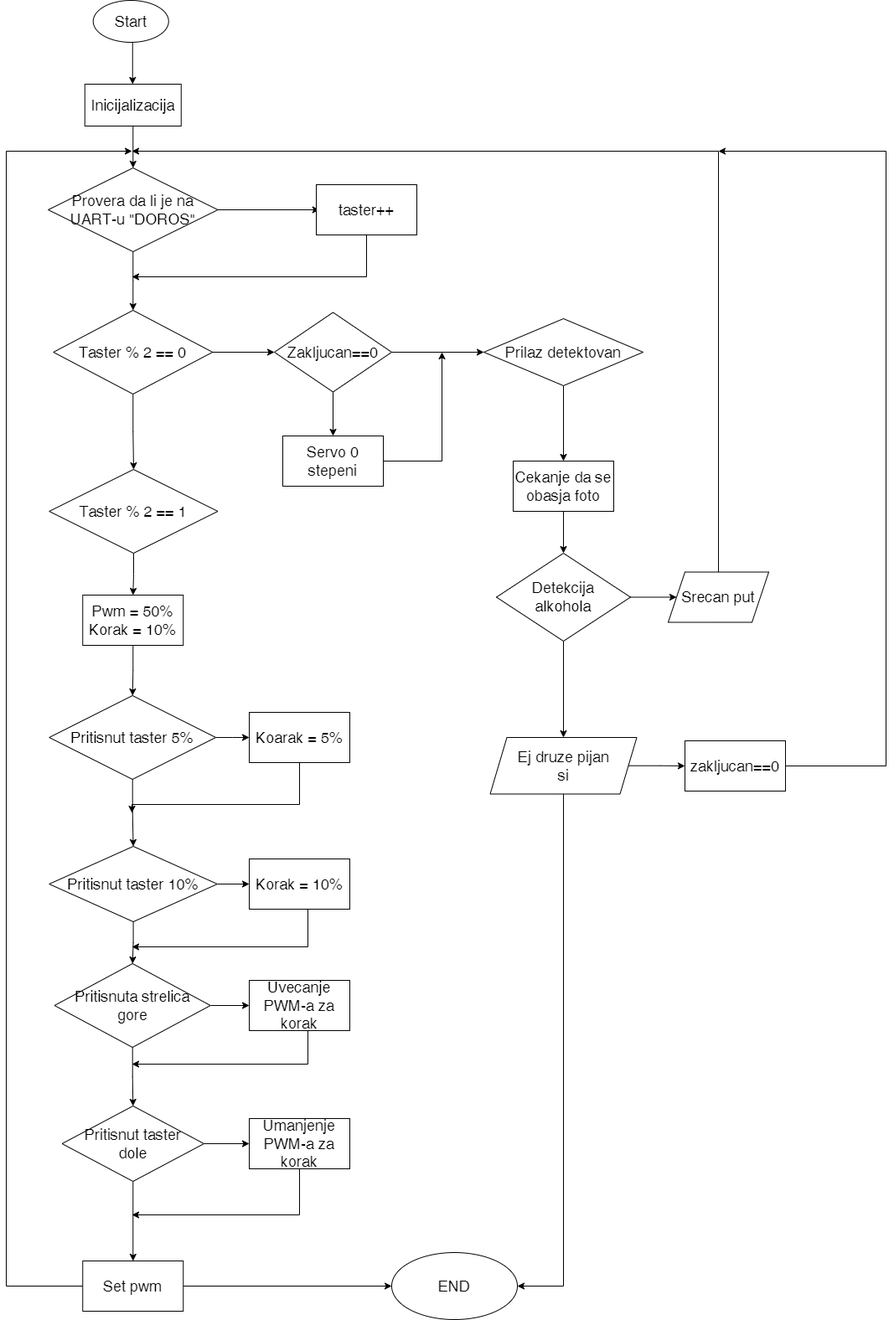
This is Algoritam rada.png from PetarUbavic/Primenjena-Elektronika-Prvi-Projekat, a draw.io export, as it was before one commit. Source tidied: cells renumbered, new cells last; positions are measured from the earlier drawing's top-left corner, leaving out a move shared by most shapes.
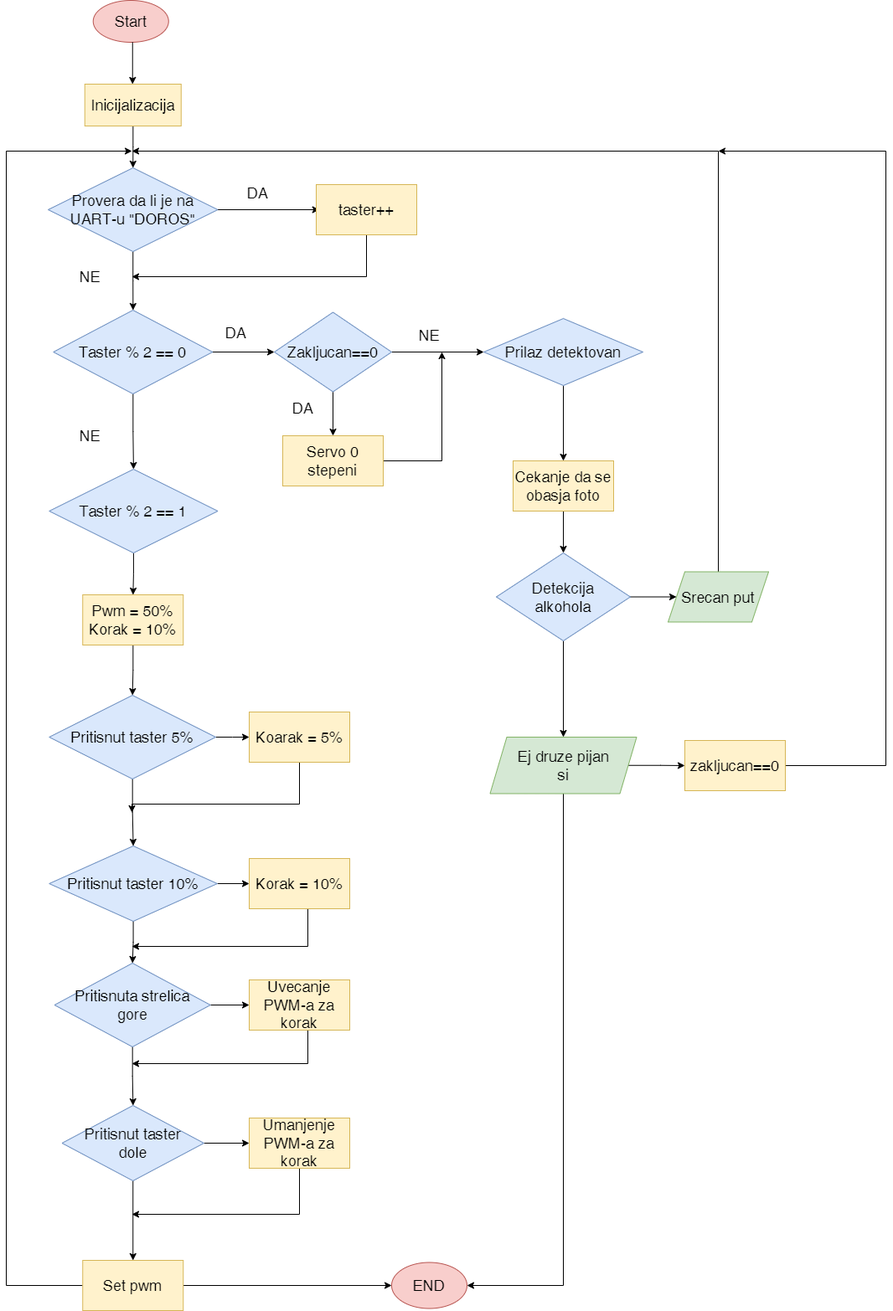
The same diagram one commit later.

What changed in the source:
```diff
@@ -2,13 +2,13 @@
   <root>
     <mxCell id="0" />
     <mxCell id="1" parent="0" />
-    <mxCell id="2" value="&lt;font style=&quot;font-size: 18px;&quot;&gt;Start&lt;/font&gt;" style="ellipse;whiteSpace=wrap;html=1;" parent="1" vertex="1">
+    <mxCell id="2" value="&lt;font style=&quot;font-size: 18px;&quot;&gt;Start&lt;/font&gt;" style="ellipse;whiteSpace=wrap;html=1;fillColor=#f8cecc;strokeColor=#b85450;" parent="1" vertex="1">
       <mxGeometry x="103.8" width="90" height="50" as="geometry" />
     </mxCell>
     <mxCell id="3" style="edgeStyle=orthogonalEdgeStyle;rounded=0;jettySize=auto;html=1;fontSize=18;" parent="1" edge="1" source="4" target="8">
       <mxGeometry relative="1" as="geometry" />
     </mxCell>
-    <mxCell id="4" value="Inicijalizacija" style="rounded=0;whiteSpace=wrap;html=1;fontSize=18;" parent="1" vertex="1">
+    <mxCell id="4" value="Inicijalizacija" style="rounded=0;whiteSpace=wrap;html=1;fontSize=18;fillColor=#fff2cc;strokeColor=#d6b656;" parent="1" vertex="1">
       <mxGeometry x="93.8" y="100" width="115" height="50" as="geometry" />
     </mxCell>
     <mxCell id="5" style="endArrow=classic;html=1;rounded=0;fontSize=18;" parent="1" edge="1">
@@ -25,7 +25,12 @@
         <mxPoint x="373.8" y="250" as="targetPoint" />
       </mxGeometry>
     </mxCell>
+    <mxCell id="61" value="&lt;font style=&quot;font-size: 18px;&quot;&gt;DA&lt;/font&gt;" style="edgeLabel;html=1;align=center;verticalAlign=middle;" parent="7" vertex="1">
+      <mxGeometry x="-0.22" relative="1" as="geometry">
+        <mxPoint y="-20" as="offset" />
+      </mxGeometry>
+    </mxCell>
-    <mxCell id="8" value="Provera da li je na UART-u &quot;DOROS&quot;" style="rhombus;whiteSpace=wrap;html=1;fontSize=18;rounded=0;" parent="1" vertex="1">
+    <mxCell id="8" value="Provera da li je na UART-u &quot;DOROS&quot;" style="rhombus;whiteSpace=wrap;html=1;fontSize=18;rounded=0;fillColor=#dae8fc;strokeColor=#6c8ebf;" parent="1" vertex="1">
       <mxGeometry x="50" y="200" width="202.5" height="100" as="geometry" />
     </mxCell>
     <mxCell id="9" style="edgeStyle=orthogonalEdgeStyle;rounded=0;jettySize=auto;html=1;fontSize=18;" parent="1" edge="1" source="11">
@@ -36,7 +41,7 @@
     <mxCell id="10" style="edgeStyle=orthogonalEdgeStyle;rounded=0;jettySize=auto;html=1;fontSize=18;" parent="1" edge="1" source="11" target="32">
       <mxGeometry relative="1" as="geometry" />
     </mxCell>
-    <mxCell id="11" value="Taster % 2 == 0" style="rhombus;whiteSpace=wrap;html=1;fontSize=18;rounded=0;" parent="1" vertex="1">
+    <mxCell id="11" value="Taster % 2 == 0" style="rhombus;whiteSpace=wrap;html=1;fontSize=18;rounded=0;fillColor=#dae8fc;strokeColor=#6c8ebf;" parent="1" vertex="1">
       <mxGeometry x="56.2" y="370" width="190" height="100" as="geometry" />
     </mxCell>
     <mxCell id="12" style="edgeStyle=orthogonalEdgeStyle;rounded=0;jettySize=auto;html=1;fontSize=18;" parent="1" edge="1" source="14" target="16">
@@ -45,7 +50,7 @@
     <mxCell id="13" style="edgeStyle=orthogonalEdgeStyle;rounded=0;jettySize=auto;html=1;fontSize=18;" parent="1" edge="1" source="14" target="18">
       <mxGeometry relative="1" as="geometry" />
     </mxCell>
-    <mxCell id="14" value="Zakljucan==0" style="rhombus;whiteSpace=wrap;html=1;fontSize=18;" parent="1" vertex="1">
+    <mxCell id="14" value="Zakljucan==0" style="rhombus;whiteSpace=wrap;html=1;fontSize=18;fillColor=#dae8fc;strokeColor=#6c8ebf;" parent="1" vertex="1">
       <mxGeometry x="320" y="372.5" width="140" height="95" as="geometry" />
     </mxCell>
     <mxCell id="15" style="edgeStyle=orthogonalEdgeStyle;rounded=0;jettySize=auto;html=1;fontSize=18;" parent="1" edge="1" source="16">
@@ -53,19 +58,19 @@
         <mxPoint x="520" y="420" as="targetPoint" />
       </mxGeometry>
     </mxCell>
-    <mxCell id="16" value="Servo 0 stepeni" style="whiteSpace=wrap;html=1;fontSize=18;" parent="1" vertex="1">
+    <mxCell id="16" value="Servo 0 stepeni" style="whiteSpace=wrap;html=1;fontSize=18;fillColor=#fff2cc;strokeColor=#d6b656;" parent="1" vertex="1">
       <mxGeometry x="330" y="520" width="120" height="60" as="geometry" />
     </mxCell>
     <mxCell id="17" style="edgeStyle=orthogonalEdgeStyle;rounded=0;jettySize=auto;html=1;fontSize=18;" parent="1" edge="1" source="18" target="20">
       <mxGeometry relative="1" as="geometry" />
     </mxCell>
-    <mxCell id="18" value="Prilaz detektovan" style="rhombus;whiteSpace=wrap;html=1;fontSize=18;" parent="1" vertex="1">
+    <mxCell id="18" value="Prilaz detektovan" style="rhombus;whiteSpace=wrap;html=1;fontSize=18;fillColor=#dae8fc;strokeColor=#6c8ebf;" parent="1" vertex="1">
       <mxGeometry x="570" y="380" width="190" height="80" as="geometry" />
     </mxCell>
     <mxCell id="19" style="edgeStyle=orthogonalEdgeStyle;rounded=0;jettySize=auto;html=1;fontSize=18;" parent="1" edge="1" source="20" target="23">
       <mxGeometry relative="1" as="geometry" />
     </mxCell>
-    <mxCell id="20" value="Cekanje da se obasja foto" style="whiteSpace=wrap;html=1;fontSize=18;" parent="1" vertex="1">
+    <mxCell id="20" value="Cekanje da se obasja foto" style="whiteSpace=wrap;html=1;fontSize=18;fillColor=#fff2cc;strokeColor=#d6b656;" parent="1" vertex="1">
       <mxGeometry x="605" y="550" width="120" height="60" as="geometry" />
     </mxCell>
     <mxCell id="21" style="edgeStyle=orthogonalEdgeStyle;rounded=0;jettySize=auto;html=1;fontSize=18;" parent="1" edge="1" source="23">
@@ -76,7 +81,7 @@
     <mxCell id="22" style="edgeStyle=orthogonalEdgeStyle;rounded=0;jettySize=auto;html=1;fontSize=18;" parent="1" edge="1" source="23" target="28">
       <mxGeometry relative="1" as="geometry" />
     </mxCell>
-    <mxCell id="23" value="Detekcija &lt;br&gt;alkohola" style="rhombus;whiteSpace=wrap;html=1;fontSize=18;" parent="1" vertex="1">
+    <mxCell id="23" value="Detekcija &lt;br&gt;alkohola" style="rhombus;whiteSpace=wrap;html=1;fontSize=18;fillColor=#dae8fc;strokeColor=#6c8ebf;" parent="1" vertex="1">
       <mxGeometry x="585" y="660" width="160" height="105" as="geometry" />
     </mxCell>
     <mxCell id="24" style="edgeStyle=orthogonalEdgeStyle;rounded=0;jettySize=auto;html=1;fontSize=18;" parent="1" edge="1" source="25">
@@ -87,7 +92,7 @@
         </Array>
       </mxGeometry>
     </mxCell>
-    <mxCell id="25" value="Srecan put" style="shape=parallelogram;perimeter=parallelogramPerimeter;whiteSpace=wrap;html=1;fixedSize=1;fontSize=18;" parent="1" vertex="1">
+    <mxCell id="25" value="Srecan put" style="shape=parallelogram;perimeter=parallelogramPerimeter;whiteSpace=wrap;html=1;fixedSize=1;fontSize=18;fillColor=#d5e8d4;strokeColor=#82b366;" parent="1" vertex="1">
       <mxGeometry x="790" y="682.5" width="120" height="60" as="geometry" />
     </mxCell>
     <mxCell id="26" style="edgeStyle=orthogonalEdgeStyle;rounded=0;jettySize=auto;html=1;fontSize=18;" parent="1" edge="1" source="28" target="30">
@@ -100,7 +105,7 @@
         </Array>
       </mxGeometry>
     </mxCell>
-    <mxCell id="28" value="Ej druze pijan&lt;br&gt;si" style="shape=parallelogram;perimeter=parallelogramPerimeter;whiteSpace=wrap;html=1;fixedSize=1;fontSize=18;" parent="1" vertex="1">
+    <mxCell id="28" value="Ej druze pijan&lt;br&gt;si" style="shape=parallelogram;perimeter=parallelogramPerimeter;whiteSpace=wrap;html=1;fixedSize=1;fontSize=18;fillColor=#d5e8d4;strokeColor=#82b366;" parent="1" vertex="1">
       <mxGeometry x="577.5" y="880" width="175" height="67.5" as="geometry" />
     </mxCell>
     <mxCell id="29" style="edgeStyle=orthogonalEdgeStyle;rounded=0;jettySize=auto;html=1;fontSize=18;" parent="1" edge="1" source="30">
@@ -112,19 +117,19 @@
         </Array>
       </mxGeometry>
     </mxCell>
-    <mxCell id="30" value="zakljucan==0" style="rounded=0;whiteSpace=wrap;html=1;fontSize=18;" parent="1" vertex="1">
+    <mxCell id="30" value="zakljucan==0" style="rounded=0;whiteSpace=wrap;html=1;fontSize=18;fillColor=#fff2cc;strokeColor=#d6b656;" parent="1" vertex="1">
       <mxGeometry x="810" y="884" width="120" height="60" as="geometry" />
     </mxCell>
     <mxCell id="31" style="edgeStyle=orthogonalEdgeStyle;rounded=0;jettySize=auto;html=1;fontSize=18;" parent="1" edge="1" source="32" target="34">
       <mxGeometry relative="1" as="geometry" />
     </mxCell>
-    <mxCell id="32" value="Taster % 2 == 1" style="rhombus;whiteSpace=wrap;html=1;fontSize=18;rounded=0;" parent="1" vertex="1">
+    <mxCell id="32" value="Taster % 2 == 1" style="rhombus;whiteSpace=wrap;html=1;fontSize=18;rounded=0;fillColor=#dae8fc;strokeColor=#6c8ebf;" parent="1" vertex="1">
       <mxGeometry x="51.2" y="560" width="201.2" height="100" as="geometry" />
     </mxCell>
     <mxCell id="33" style="edgeStyle=orthogonalEdgeStyle;rounded=0;jettySize=auto;html=1;fontSize=18;" parent="1" edge="1" source="34" target="39">
       <mxGeometry relative="1" as="geometry" />
     </mxCell>
-    <mxCell id="34" value="Pwm = 50%&lt;br&gt;Korak = 10%" style="whiteSpace=wrap;html=1;fontSize=18;rounded=0;" parent="1" vertex="1">
+    <mxCell id="34" value="Pwm = 50%&lt;br&gt;Korak = 10%" style="whiteSpace=wrap;html=1;fontSize=18;rounded=0;fillColor=#fff2cc;strokeColor=#d6b656;" parent="1" vertex="1">
       <mxGeometry x="91.2" y="710" width="120" height="60" as="geometry" />
     </mxCell>
     <mxCell id="35" style="edgeStyle=orthogonalEdgeStyle;rounded=0;jettySize=auto;html=1;fontSize=18;" parent="1" edge="1" source="36">
@@ -135,7 +140,7 @@
         </Array>
       </mxGeometry>
     </mxCell>
-    <mxCell id="36" value="taster++" style="rounded=0;whiteSpace=wrap;html=1;fontSize=18;" parent="1" vertex="1">
+    <mxCell id="36" value="taster++" style="rounded=0;whiteSpace=wrap;html=1;fontSize=18;fillColor=#fff2cc;strokeColor=#d6b656;" parent="1" vertex="1">
       <mxGeometry x="370" y="220" width="120" height="60" as="geometry" />
     </mxCell>
     <mxCell id="37" style="edgeStyle=orthogonalEdgeStyle;rounded=0;jettySize=auto;html=1;fontSize=18;" parent="1" edge="1" source="39" target="41">
@@ -144,7 +149,7 @@
     <mxCell id="38" style="edgeStyle=orthogonalEdgeStyle;rounded=0;jettySize=auto;html=1;fontSize=18;" parent="1" edge="1" source="39" target="44">
       <mxGeometry relative="1" as="geometry" />
     </mxCell>
-    <mxCell id="39" value="Pritisnut taster 5%" style="rhombus;whiteSpace=wrap;html=1;fontSize=18;rounded=0;" parent="1" vertex="1">
+    <mxCell id="39" value="Pritisnut taster 5%" style="rhombus;whiteSpace=wrap;html=1;fontSize=18;rounded=0;fillColor=#dae8fc;strokeColor=#6c8ebf;" parent="1" vertex="1">
       <mxGeometry x="51.2" y="830" width="198.8" height="100" as="geometry" />
     </mxCell>
     <mxCell id="40" style="edgeStyle=orthogonalEdgeStyle;rounded=0;jettySize=auto;html=1;fontSize=18;" parent="1" edge="1" source="41">
@@ -156,7 +161,7 @@
         </Array>
       </mxGeometry>
     </mxCell>
-    <mxCell id="41" value="Koarak = 5%" style="whiteSpace=wrap;html=1;fontSize=18;rounded=0;" parent="1" vertex="1">
+    <mxCell id="41" value="Koarak = 5%" style="whiteSpace=wrap;html=1;fontSize=18;rounded=0;fillColor=#fff2cc;strokeColor=#d6b656;" parent="1" vertex="1">
       <mxGeometry x="290" y="850" width="120" height="60" as="geometry" />
     </mxCell>
     <mxCell id="42" style="edgeStyle=orthogonalEdgeStyle;rounded=0;jettySize=auto;html=1;fontSize=18;" parent="1" edge="1" source="44" target="46">
@@ -165,7 +170,7 @@
     <mxCell id="43" style="edgeStyle=orthogonalEdgeStyle;rounded=0;jettySize=auto;html=1;fontSize=18;" parent="1" edge="1" source="44" target="49">
       <mxGeometry relative="1" as="geometry" />
     </mxCell>
-    <mxCell id="44" value="Pritisnut taster 10%" style="rhombus;whiteSpace=wrap;html=1;fontSize=18;rounded=0;" parent="1" vertex="1">
+    <mxCell id="44" value="Pritisnut taster 10%" style="rhombus;whiteSpace=wrap;html=1;fontSize=18;rounded=0;fillColor=#dae8fc;strokeColor=#6c8ebf;" parent="1" vertex="1">
       <mxGeometry x="51.2" y="1010" width="200.6" height="90" as="geometry" />
     </mxCell>
     <mxCell id="45" style="edgeStyle=orthogonalEdgeStyle;rounded=0;jettySize=auto;html=1;fontSize=18;" parent="1" edge="1" source="46">
@@ -176,7 +181,7 @@
         </Array>
       </mxGeometry>
     </mxCell>
-    <mxCell id="46" value="Korak = 10%" style="whiteSpace=wrap;html=1;fontSize=18;rounded=0;" parent="1" vertex="1">
+    <mxCell id="46" value="Korak = 10%" style="whiteSpace=wrap;html=1;fontSize=18;rounded=0;fillColor=#fff2cc;strokeColor=#d6b656;" parent="1" vertex="1">
       <mxGeometry x="290" y="1025" width="120" height="60" as="geometry" />
     </mxCell>
     <mxCell id="47" style="edgeStyle=orthogonalEdgeStyle;rounded=0;jettySize=auto;html=1;fontSize=18;" parent="1" edge="1" source="49" target="52">
@@ -185,7 +190,7 @@
     <mxCell id="48" style="edgeStyle=orthogonalEdgeStyle;rounded=0;jettySize=auto;html=1;fontSize=18;" parent="1" edge="1" source="49" target="54">
       <mxGeometry relative="1" as="geometry" />
     </mxCell>
-    <mxCell id="49" value="Pritisnuta strelica&lt;br&gt;gore" style="rhombus;whiteSpace=wrap;html=1;fontSize=18;rounded=0;" parent="1" vertex="1">
+    <mxCell id="49" value="Pritisnuta strelica&lt;br&gt;gore" style="rhombus;whiteSpace=wrap;html=1;fontSize=18;rounded=0;fillColor=#dae8fc;strokeColor=#6c8ebf;" parent="1" vertex="1">
       <mxGeometry x="57.6" y="1150" width="186.1" height="100" as="geometry" />
     </mxCell>
     <mxCell id="50" style="edgeStyle=orthogonalEdgeStyle;rounded=0;jettySize=auto;html=1;fontSize=18;" parent="1" edge="1" source="52" target="56">
@@ -194,7 +199,7 @@
     <mxCell id="51" style="edgeStyle=orthogonalEdgeStyle;rounded=0;jettySize=auto;html=1;fontSize=18;" parent="1" edge="1" source="52" target="59">
       <mxGeometry relative="1" as="geometry" />
     </mxCell>
-    <mxCell id="52" value="Pritisnut taster &lt;br&gt;dole" style="rhombus;whiteSpace=wrap;html=1;fontSize=18;rounded=0;" parent="1" vertex="1">
+    <mxCell id="52" value="Pritisnut taster &lt;br&gt;dole" style="rhombus;whiteSpace=wrap;html=1;fontSize=18;rounded=0;fillColor=#dae8fc;strokeColor=#6c8ebf;" parent="1" vertex="1">
       <mxGeometry x="66.6" y="1320" width="169.4" height="90" as="geometry" />
     </mxCell>
     <mxCell id="53" style="edgeStyle=orthogonalEdgeStyle;rounded=0;jettySize=auto;html=1;fontSize=18;" parent="1" edge="1" source="54">
@@ -205,7 +210,7 @@
         </Array>
       </mxGeometry>
     </mxCell>
-    <mxCell id="54" value="Uvecanje PWM-a za korak" style="whiteSpace=wrap;html=1;fontSize=18;rounded=0;" parent="1" vertex="1">
+    <mxCell id="54" value="Uvecanje PWM-a za korak" style="whiteSpace=wrap;html=1;fontSize=18;rounded=0;fillColor=#fff2cc;strokeColor=#d6b656;" parent="1" vertex="1">
       <mxGeometry x="290" y="1170" width="120" height="60" as="geometry" />
     </mxCell>
     <mxCell id="55" style="edgeStyle=orthogonalEdgeStyle;rounded=0;jettySize=auto;html=1;fontSize=18;" parent="1" edge="1" source="56">
@@ -217,7 +222,7 @@
         </Array>
       </mxGeometry>
     </mxCell>
-    <mxCell id="56" value="Umanjenje PWM-a za korak" style="whiteSpace=wrap;html=1;fontSize=18;rounded=0;" parent="1" vertex="1">
+    <mxCell id="56" value="Umanjenje PWM-a za korak" style="whiteSpace=wrap;html=1;fontSize=18;rounded=0;fillColor=#fff2cc;strokeColor=#d6b656;" parent="1" vertex="1">
       <mxGeometry x="290" y="1335" width="120" height="60" as="geometry" />
     </mxCell>
     <mxCell id="57" style="edgeStyle=orthogonalEdgeStyle;rounded=0;jettySize=auto;html=1;fontSize=18;" parent="1" edge="1" source="59">
@@ -231,11 +236,26 @@
     <mxCell id="58" style="edgeStyle=orthogonalEdgeStyle;rounded=0;jettySize=auto;html=1;fontSize=18;entryX=0;entryY=0.5;entryDx=0;entryDy=0;" parent="1" edge="1" source="59" target="60">
       <mxGeometry relative="1" as="geometry" />
     </mxCell>
-    <mxCell id="59" value="Set pwm&lt;br&gt;" style="rounded=0;whiteSpace=wrap;html=1;fontSize=18;" parent="1" vertex="1">
+    <mxCell id="59" value="Set pwm&lt;br&gt;" style="rounded=0;whiteSpace=wrap;html=1;fontSize=18;fillColor=#fff2cc;strokeColor=#d6b656;" parent="1" vertex="1">
       <mxGeometry x="91.2" y="1505" width="120" height="60" as="geometry" />
     </mxCell>
-    <mxCell id="60" value="END" style="ellipse;whiteSpace=wrap;html=1;fontSize=18;" parent="1" vertex="1">
-      <mxGeometry x="460" y="1495" width="150" height="80" as="geometry" />
+    <mxCell id="60" value="END" style="ellipse;whiteSpace=wrap;html=1;fontSize=18;fillColor=#f8cecc;strokeColor=#b85450;" parent="1" vertex="1">
+      <mxGeometry x="460" y="1507.5" width="90" height="55" as="geometry" />
     </mxCell>
+    <mxCell id="62" value="&lt;span style=&quot;color: rgb(0, 0, 0); font-family: Helvetica; font-size: 18px; font-style: normal; font-variant-ligatures: normal; font-variant-caps: normal; font-weight: 400; letter-spacing: normal; orphans: 2; text-align: center; text-indent: 0px; text-transform: none; widows: 2; word-spacing: 0px; -webkit-text-stroke-width: 0px; background-color: rgb(255, 255, 255); text-decoration-thickness: initial; text-decoration-style: initial; text-decoration-color: initial; float: none; display: inline !important;&quot;&gt;DA&lt;/span&gt;" style="text;whiteSpace=wrap;html=1;fontSize=18;" parent="1" vertex="1">
+      <mxGeometry x="260" y="380" width="40" height="30" as="geometry" />
+    </mxCell>
+    <mxCell id="63" value="&lt;span style=&quot;color: rgb(0, 0, 0); font-family: Helvetica; font-size: 18px; font-style: normal; font-variant-ligatures: normal; font-variant-caps: normal; font-weight: 400; letter-spacing: normal; orphans: 2; text-align: center; text-indent: 0px; text-transform: none; widows: 2; word-spacing: 0px; -webkit-text-stroke-width: 0px; background-color: rgb(255, 255, 255); text-decoration-thickness: initial; text-decoration-style: initial; text-decoration-color: initial; float: none; display: inline !important;&quot;&gt;DA&lt;/span&gt;" style="text;whiteSpace=wrap;html=1;fontSize=18;" parent="1" vertex="1">
+      <mxGeometry x="340" y="470" width="40" height="30" as="geometry" />
+    </mxCell>
+    <mxCell id="64" value="NE" style="text;html=1;align=center;verticalAlign=middle;strokeColor=none;fillColor=none;fontSize=18;" parent="1" vertex="1">
+      <mxGeometry x="480" y="380" width="50" height="40" as="geometry" />
+    </mxCell>
+    <mxCell id="65" value="NE" style="text;html=1;align=center;verticalAlign=middle;strokeColor=none;fillColor=none;fontSize=18;" parent="1" vertex="1">
+      <mxGeometry x="75" y="310" width="50" height="40" as="geometry" />
+    </mxCell>
+    <mxCell id="66" value="NE" style="text;html=1;align=center;verticalAlign=middle;strokeColor=none;fillColor=none;fontSize=18;" parent="1" vertex="1">
+      <mxGeometry x="75" y="500" width="50" height="40" as="geometry" />
+    </mxCell>
   </root>
 </mxGraphModel>
```
